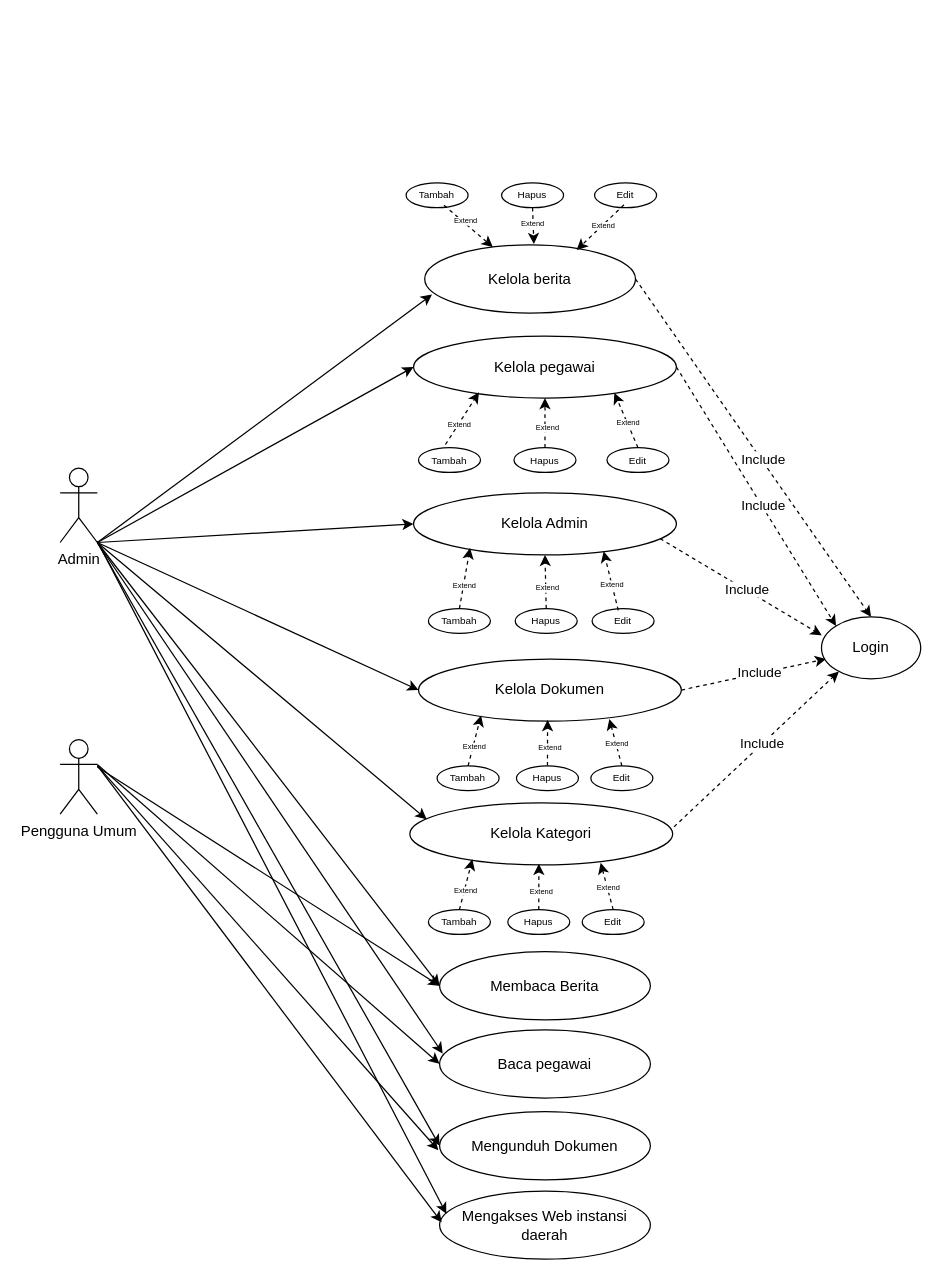
Before: useCase.drawio in dhmsAdhty/useCase, a draw.io diagram. Source tidied: cells renumbered, new cells numbered last; positions are measured from the earlier drawing's top-left corner, leaving out a move shared by most shapes. Both pictures are drawn from the tidied source at 124%, with x=0, y=0 at pixel (60, 182).
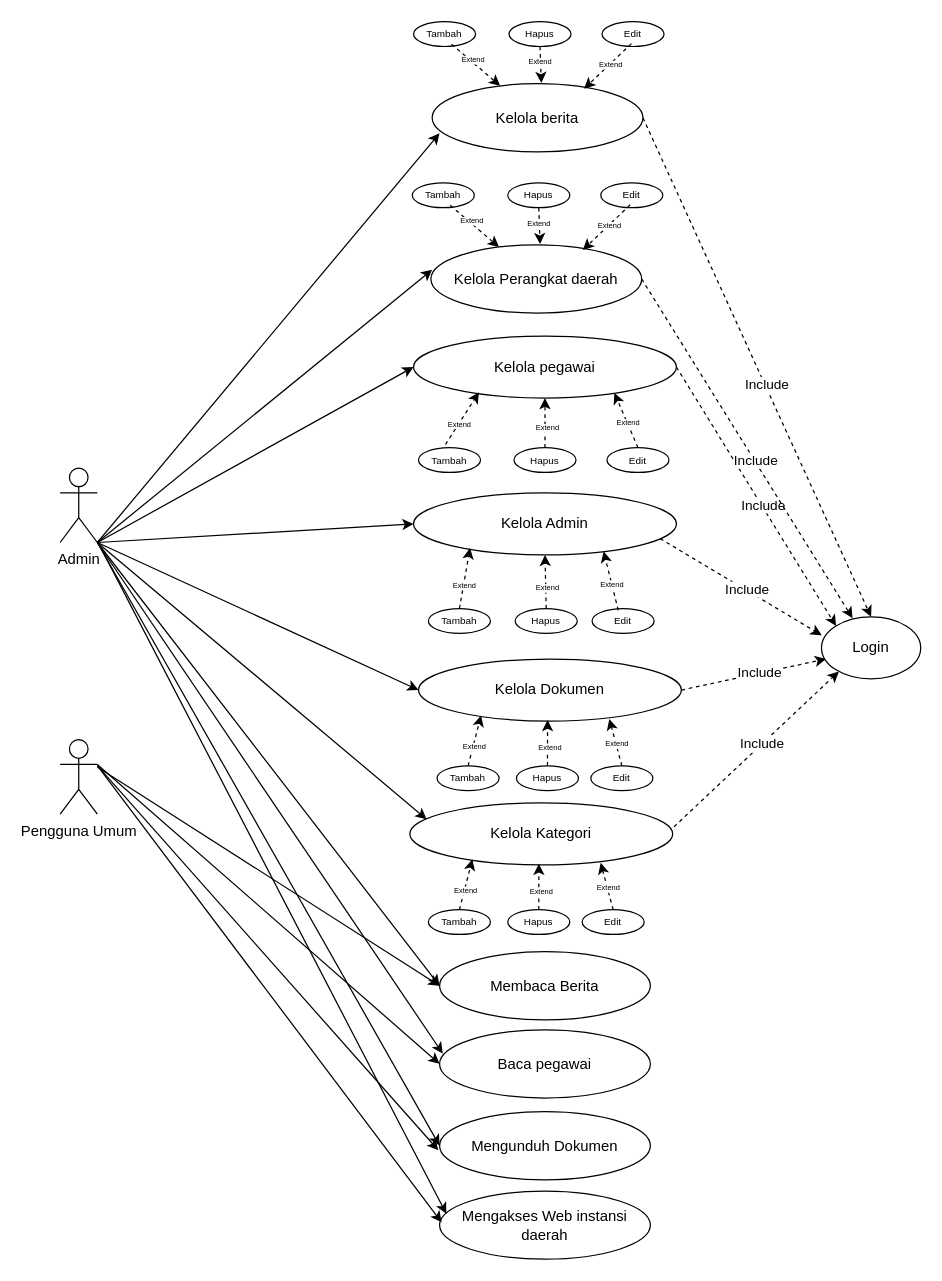
After the change.

The change refers to these unchanged cells:
```xml
<mxCell id="59" value="Login" style="ellipse;whiteSpace=wrap;html=1;" parent="1" vertex="1">
  <mxGeometry x="614" y="350" width="80" height="50" as="geometry" />
</mxCell>
```

What changed in the source:
```diff
@@
     <mxCell id="39" value="Kelola berita" style="ellipse;whiteSpace=wrap;html=1;" parent="1" vertex="1">
-      <mxGeometry x="294" y="50" width="170" height="55" as="geometry" />
+      <mxGeometry x="300" y="-80" width="170" height="55" as="geometry" />
     </mxCell>
     <mxCell id="40" value="Tambah" style="ellipse;whiteSpace=wrap;html=1;fontSize=8;" parent="1" vertex="1">
-      <mxGeometry x="279" width="50" height="20" as="geometry" />
+      <mxGeometry x="285" y="-130" width="50" height="20" as="geometry" />
     </mxCell>
     <mxCell id="41" value="Hapus" style="ellipse;whiteSpace=wrap;html=1;fontSize=8;" parent="1" vertex="1">
-      <mxGeometry x="356" width="50" height="20" as="geometry" />
+      <mxGeometry x="362" y="-130" width="50" height="20" as="geometry" />
     </mxCell>
     <mxCell id="42" value="Edit" style="ellipse;whiteSpace=wrap;html=1;fontSize=8;" parent="1" vertex="1">
-      <mxGeometry x="431" width="50" height="20" as="geometry" />
+      <mxGeometry x="437" y="-130" width="50" height="20" as="geometry" />
     </mxCell>
@@
+    <mxCell id="83" value="Kelola Perangkat daerah" style="ellipse;whiteSpace=wrap;html=1;" parent="1" vertex="1">
+      <mxGeometry x="299" y="50" width="170" height="55" as="geometry" />
+    </mxCell>
+    <mxCell id="84" value="Tambah" style="ellipse;whiteSpace=wrap;html=1;fontSize=8;" parent="1" vertex="1">
+      <mxGeometry x="284" width="50" height="20" as="geometry" />
+    </mxCell>
+    <mxCell id="85" value="Hapus" style="ellipse;whiteSpace=wrap;html=1;fontSize=8;" parent="1" vertex="1">
+      <mxGeometry x="361" width="50" height="20" as="geometry" />
+    </mxCell>
+    <mxCell id="86" value="Edit" style="ellipse;whiteSpace=wrap;html=1;fontSize=8;" parent="1" vertex="1">
+      <mxGeometry x="436" width="50" height="20" as="geometry" />
+    </mxCell>
+    <mxCell id="87" style="endArrow=classic;html=1;rounded=0;dashed=1;exitX=0.612;exitY=0.904;exitDx=0;exitDy=0;exitPerimeter=0;" parent="1" edge="1" source="84" target="83">
+      <mxGeometry relative="1" as="geometry" />
+    </mxCell>
+    <mxCell id="88" value="Extend" style="edgeLabel;html=1;align=center;verticalAlign=middle;fontSize=6;" parent="87" vertex="1">
+      <mxGeometry x="-0.23" y="1" relative="1" as="geometry">
+        <mxPoint x="1" as="offset" />
+      </mxGeometry>
+    </mxCell>
+    <mxCell id="89" style="endArrow=classic;html=1;rounded=0;exitX=0.5;exitY=1;exitDx=0;exitDy=0;dashed=1;entryX=0.518;entryY=-0.012;entryDx=0;entryDy=0;entryPerimeter=0;" parent="1" edge="1" source="85" target="83">
+      <mxGeometry relative="1" as="geometry" />
+    </mxCell>
+    <mxCell id="90" value="Extend" style="edgeLabel;html=1;align=center;verticalAlign=middle;fontSize=6;" parent="89" vertex="1">
+      <mxGeometry x="-0.21" y="-1" relative="1" as="geometry" />
+    </mxCell>
+    <mxCell id="91" style="endArrow=classic;html=1;rounded=0;dashed=1;exitX=0.474;exitY=0.883;exitDx=0;exitDy=0;exitPerimeter=0;entryX=0.721;entryY=0.074;entryDx=0;entryDy=0;entryPerimeter=0;" parent="1" edge="1" source="86" target="83">
+      <mxGeometry relative="1" as="geometry" />
+    </mxCell>
+    <mxCell id="92" value="Extend" style="edgeLabel;html=1;align=center;verticalAlign=middle;fontSize=6;" parent="91" vertex="1">
+      <mxGeometry x="-0.09" relative="1" as="geometry" />
+    </mxCell>
+    <mxCell id="93" style="endArrow=classic;html=1;rounded=0;entryX=0.006;entryY=0.364;entryDx=0;entryDy=0;entryPerimeter=0;" parent="1" edge="1" target="83">
+      <mxGeometry relative="1" as="geometry">
+        <mxPoint x="30" y="290" as="sourcePoint" />
+      </mxGeometry>
+    </mxCell>
+    <mxCell id="94" style="endArrow=classic;html=1;rounded=0;exitX=1;exitY=0.5;exitDx=0;exitDy=0;dashed=1;entryX=0.313;entryY=0.02;entryDx=0;entryDy=0;entryPerimeter=0;" parent="1" edge="1" source="83" target="59">
+      <mxGeometry relative="1" as="geometry" />
+    </mxCell>
+    <mxCell id="95" value="Include" style="edgeLabel;html=1;align=center;verticalAlign=middle;" parent="94" vertex="1">
+      <mxGeometry x="0.07" y="1" relative="1" as="geometry" />
+    </mxCell>
```
